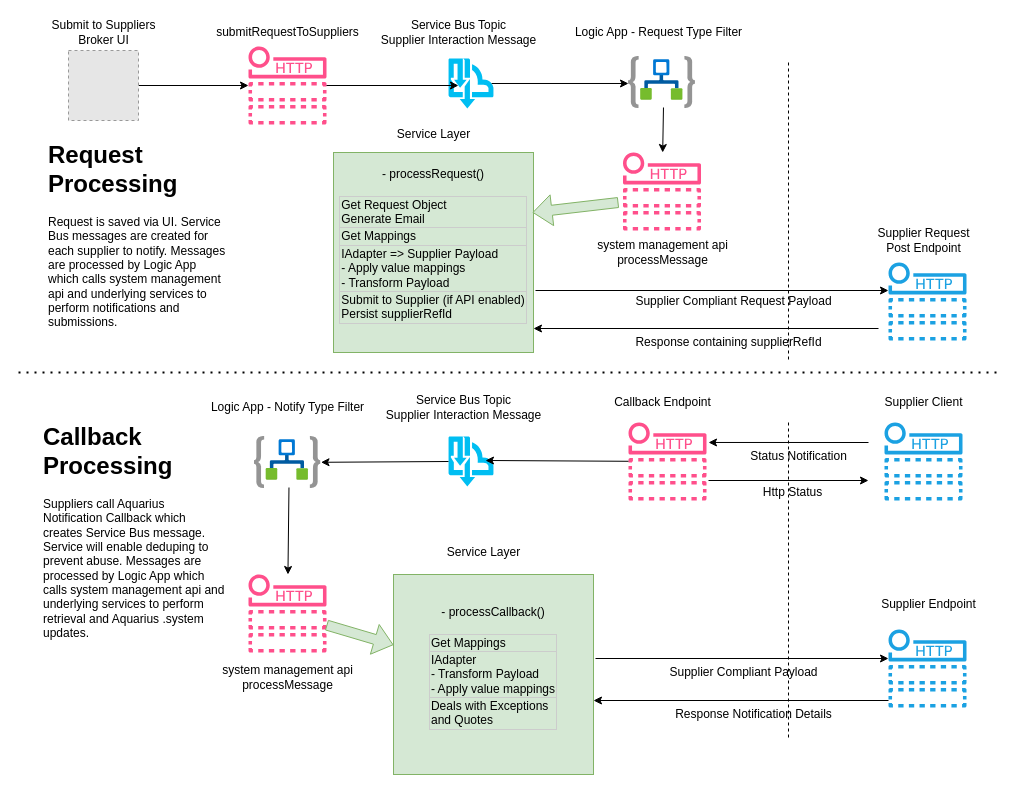
Before: Untitled Diagram.drawio in jmsantoro/aquarius, a draw.io diagram. Source tidied: cells renumbered, new cells numbered last; positions are measured from the earlier drawing's top-left corner, leaving out a move shared by most shapes. Both pictures are drawn from the tidied source at 100%, with x=0, y=0 at pixel (18, 17). Pictures stored in the file or linked from it are replaced by grey dashed boxes.
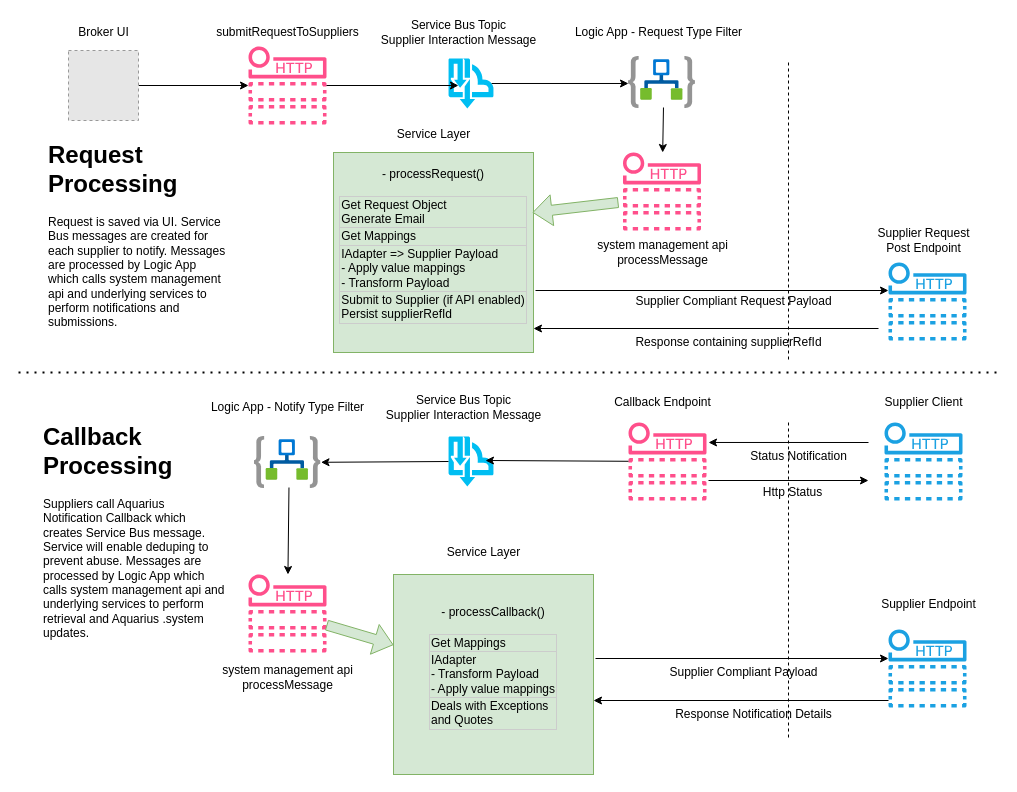
The same page after the edit.

The edit, as a diff of the source:
```diff
@@
-    <mxCell id="8" value="&lt;div&gt;Submit to Suppliers&lt;/div&gt;&lt;div&gt;Broker UI&lt;br&gt;&lt;/div&gt;" style="text;html=1;align=center;verticalAlign=middle;strokeColor=none;fillColor=none;" parent="1" vertex="1">
-      <mxGeometry x="25" width="120" height="30" as="geometry" />
+    <mxCell id="8" value="&lt;div&gt;Broker UI&lt;br&gt;&lt;/div&gt;" style="text;html=1;align=center;verticalAlign=middle;strokeColor=none;fillColor=none;" parent="1" vertex="1">
+      <mxGeometry x="50" y="5" width="70" height="20" as="geometry" />
     </mxCell>
```
